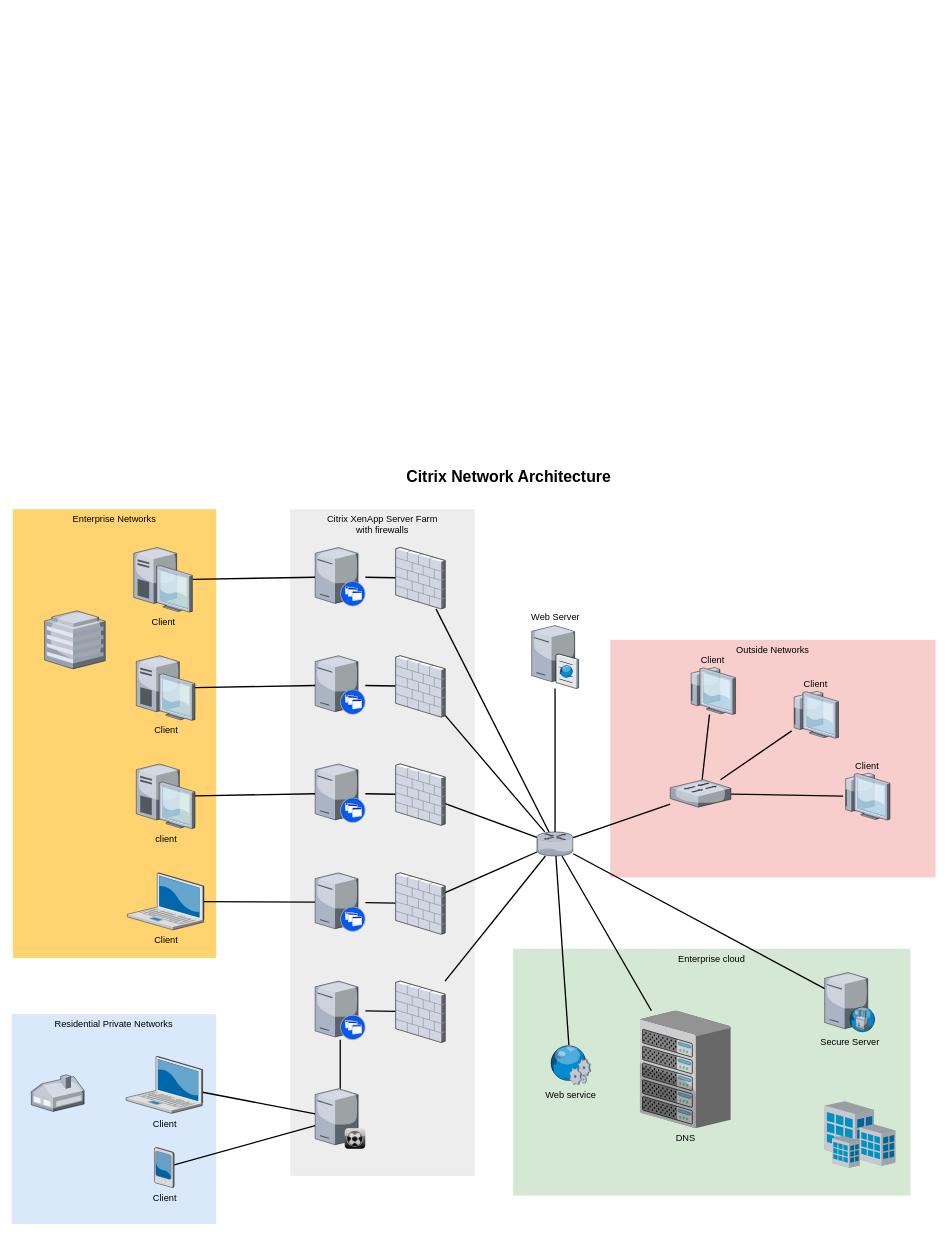
Above: systemDesign/제목 없는 다이어그램.drawio in syk0707/study_cs (draw.io), before the change. Source tidied: cells renumbered, new cells numbered last; positions are measured from the earlier drawing's top-left corner, leaving out a move shared by most shapes. Both pictures are drawn from the tidied source at 66%, with x=0, y=0 at pixel (11, 464).
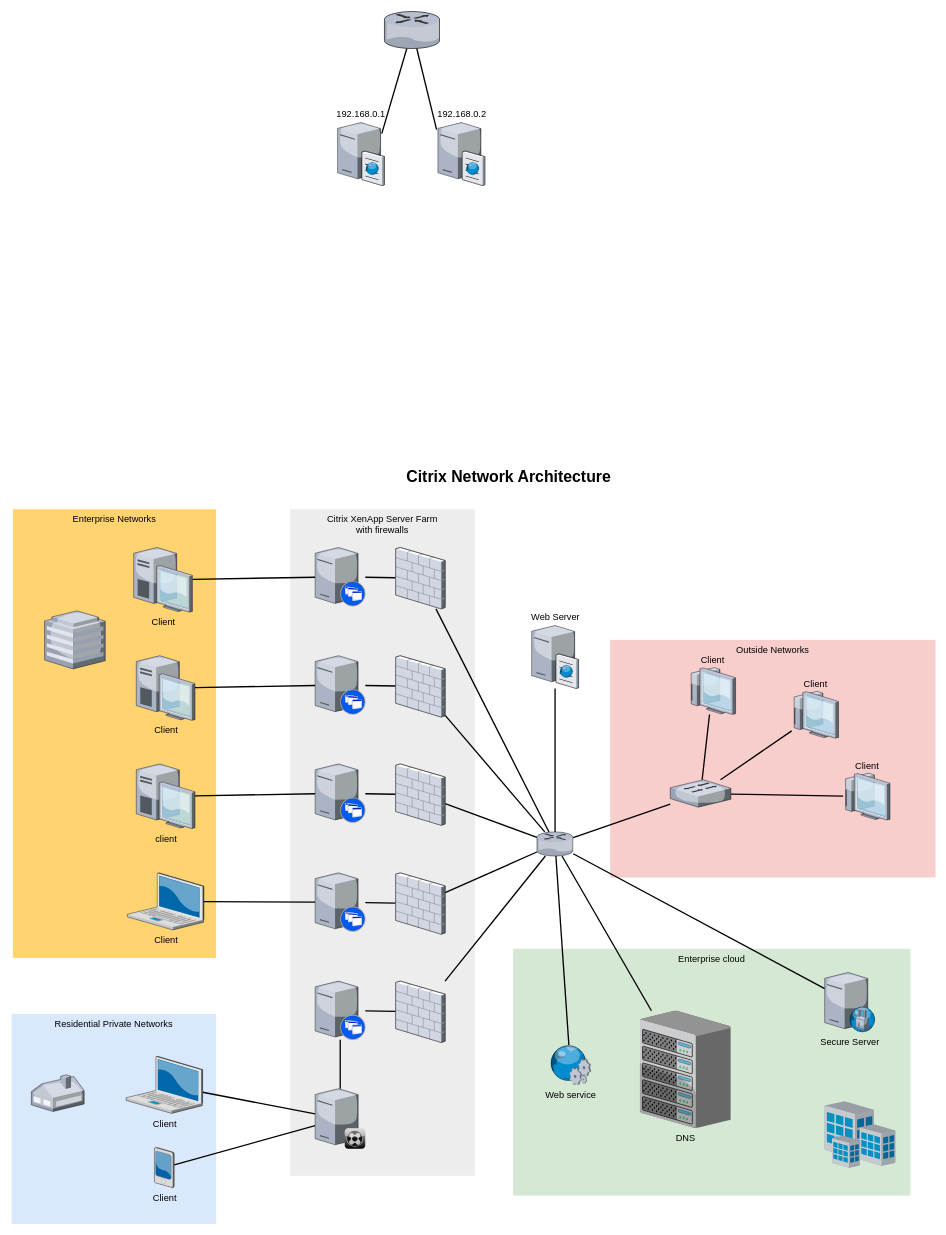
After the change.

Commit message:
제목 없는 다이어그램.drawio 업데이트

The edit, as a diff of the source:
```diff
@@
+    <mxCell id="62" style="edgeStyle=none;rounded=0;html=1;startSize=10;endSize=10;jettySize=auto;fontSize=14;endArrow=none;endFill=0;strokeWidth=2;entryX=0.944;entryY=0.195;entryDx=0;entryDy=0;entryPerimeter=0;" parent="1" edge="1" source="63" target="64">
+      <mxGeometry relative="1" as="geometry" />
+    </mxCell>
+    <mxCell id="63" style="verticalLabelPosition=bottom;html=1;verticalAlign=top;strokeColor=none;shape=mxgraph.citrix.router;fillColor=#66B2FF;gradientColor=#0066CC;fontSize=14;" parent="1" vertex="1">
+      <mxGeometry x="564.9" y="-686" width="84.4" height="56" as="geometry" />
+    </mxCell>
+    <mxCell id="64" value="192.168.0.1" style="verticalLabelPosition=top;html=1;verticalAlign=bottom;strokeColor=none;shape=mxgraph.citrix.cache_server;fillColor=#66B2FF;gradientColor=#0066CC;fontSize=14;labelPosition=center;align=center;" parent="1" vertex="1">
+      <mxGeometry x="493.9" y="-520" width="71" height="97.5" as="geometry" />
+    </mxCell>
+    <mxCell id="65" style="edgeStyle=none;rounded=0;html=1;startSize=10;endSize=10;jettySize=auto;fontSize=14;endArrow=none;endFill=0;strokeWidth=2;entryX=-0.028;entryY=0.133;entryDx=0;entryDy=0;entryPerimeter=0;" parent="1" edge="1" source="63" target="66">
+      <mxGeometry relative="1" as="geometry" />
+    </mxCell>
+    <mxCell id="66" value="192.168.0.2" style="verticalLabelPosition=top;html=1;verticalAlign=bottom;strokeColor=none;shape=mxgraph.citrix.cache_server;fillColor=#66B2FF;gradientColor=#0066CC;fontSize=14;labelPosition=center;align=center;" parent="1" vertex="1">
+      <mxGeometry x="646" y="-520" width="71" height="97.5" as="geometry" />
+    </mxCell>
```
